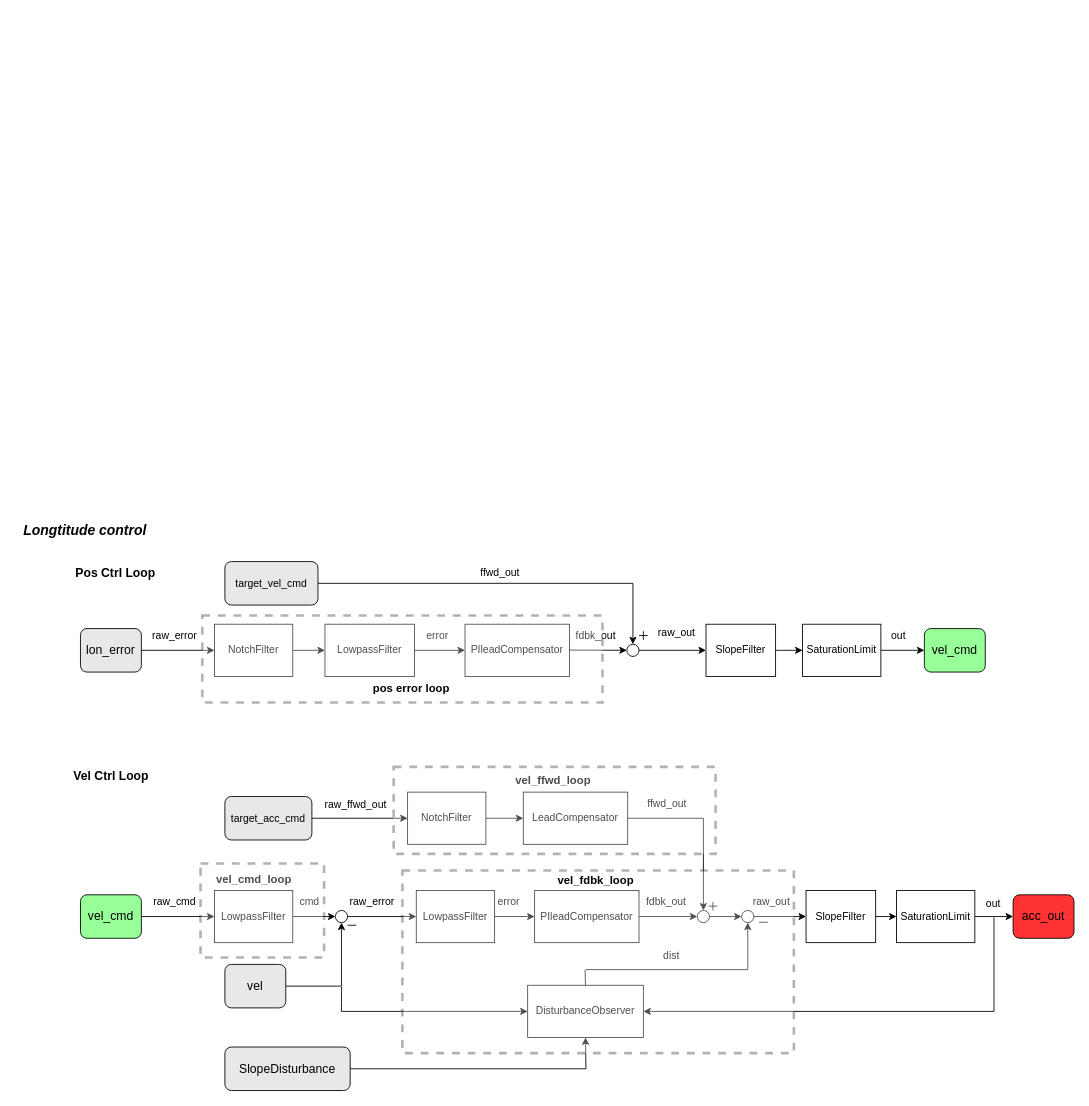
Xiaoliang1992/figures keeps this draw.io diagram as Untitled Diagram.drawio. Above is the earlier version. Source tidied: cells renumbered, new cells numbered last; positions are measured from the earlier drawing's top-left corner, leaving out a move shared by most shapes. Both pictures are drawn from the tidied source at 87%, with x=0, y=0 at pixel (15, 521).
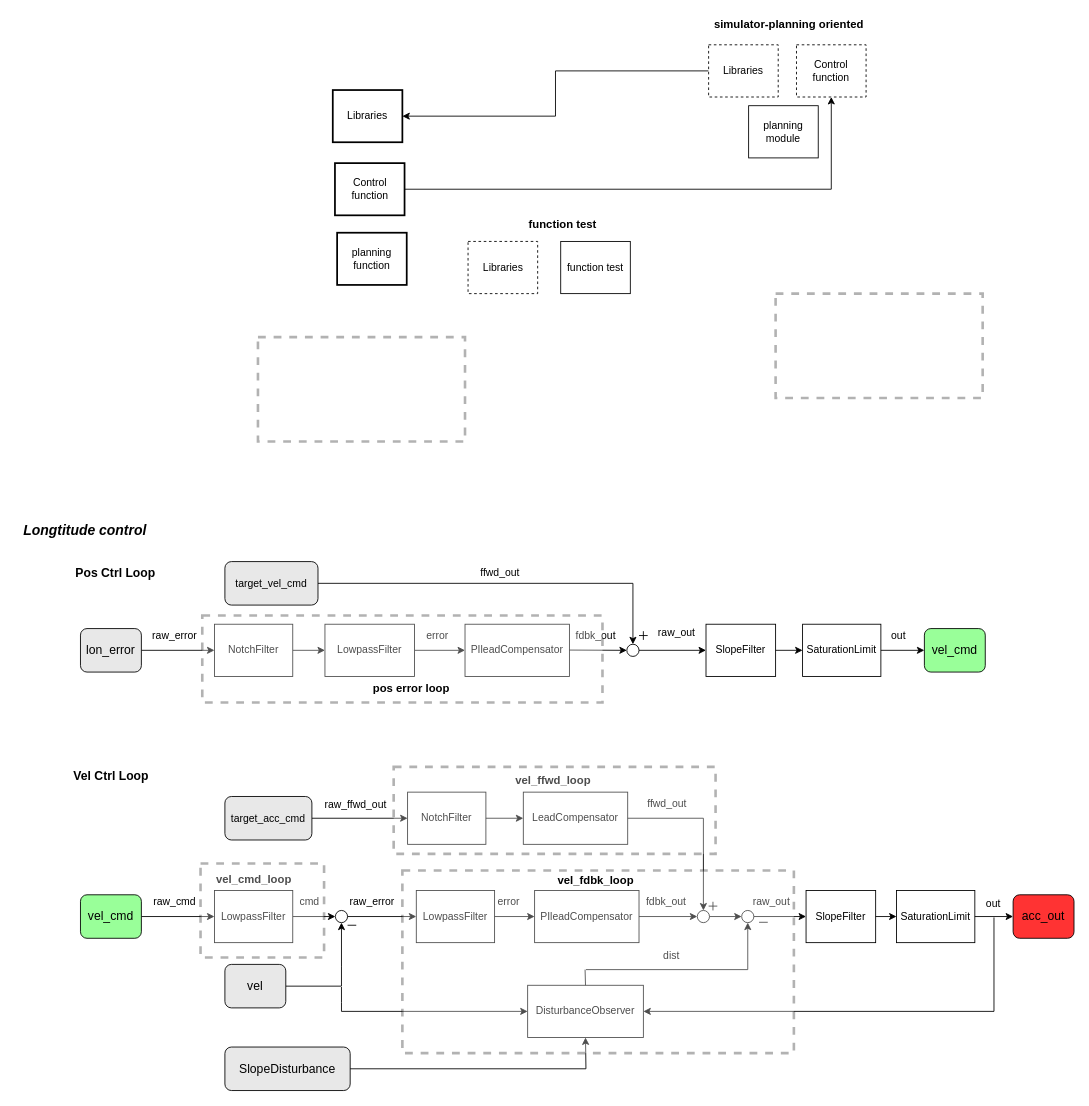
The same diagram, later.

The edit, as a diff of the source:
```diff
@@
+    <mxCell id="88" value="Libraries" style="rounded=0;whiteSpace=wrap;html=1;dashed=1;" parent="1" vertex="1">
+      <mxGeometry x="520.5" y="-322" width="80" height="60" as="geometry" />
+    </mxCell>
+    <mxCell id="89" value="function test" style="rounded=0;whiteSpace=wrap;html=1;" parent="1" vertex="1">
+      <mxGeometry x="627" y="-322" width="80" height="60" as="geometry" />
+    </mxCell>
+    <mxCell id="90" style="rounded=0;whiteSpace=wrap;html=1;dashed=1;glass=0;opacity=30;strokeWidth=3;" parent="1" vertex="1">
+      <mxGeometry x="279" y="-212" width="238" height="120" as="geometry" />
+    </mxCell>
+    <mxCell id="91" value="&lt;span style=&quot;font-size: 13px&quot;&gt;&lt;b&gt;function test&lt;br&gt;&lt;/b&gt;&lt;/span&gt;" style="text;html=1;align=center;verticalAlign=middle;strokeColor=none;fillColor=none;" parent="1" vertex="1">
+      <mxGeometry x="584" y="-352" width="90" height="20" as="geometry" />
+    </mxCell>
+    <mxCell id="92" style="edgeStyle=orthogonalEdgeStyle;rounded=0;jettySize=auto;html=1;exitX=0;exitY=0.5;exitDx=0;exitDy=0;entryX=1;entryY=0.5;entryDx=0;entryDy=0;" parent="1" edge="1" source="99" target="93">
+      <mxGeometry relative="1" as="geometry" />
+    </mxCell>
+    <mxCell id="93" value="Libraries" style="rounded=0;whiteSpace=wrap;html=1;strokeWidth=2;" parent="1" vertex="1">
+      <mxGeometry x="365" y="-496" width="80" height="60" as="geometry" />
+    </mxCell>
+    <mxCell id="94" style="rounded=0;whiteSpace=wrap;html=1;dashed=1;glass=0;opacity=30;strokeWidth=3;" parent="1" vertex="1">
+      <mxGeometry x="874" y="-262" width="238" height="120" as="geometry" />
+    </mxCell>
+    <mxCell id="95" value="&lt;span style=&quot;font-size: 13px&quot;&gt;&lt;b&gt;simulator-planning oriented&lt;br&gt;&lt;/b&gt;&lt;/span&gt;" style="text;html=1;align=center;verticalAlign=middle;strokeColor=none;fillColor=none;" parent="1" vertex="1">
+      <mxGeometry x="794" y="-582" width="190" height="20" as="geometry" />
+    </mxCell>
+    <mxCell id="96" style="edgeStyle=orthogonalEdgeStyle;rounded=0;jettySize=auto;html=1;exitX=1;exitY=0.5;exitDx=0;exitDy=0;" parent="1" edge="1" source="97" target="98">
+      <mxGeometry relative="1" as="geometry" />
+    </mxCell>
+    <mxCell id="97" value="Control function" style="rounded=0;whiteSpace=wrap;html=1;strokeWidth=2;" parent="1" vertex="1">
+      <mxGeometry x="367.5" y="-412" width="80" height="60" as="geometry" />
+    </mxCell>
+    <mxCell id="98" value="Control function" style="rounded=0;whiteSpace=wrap;html=1;dashed=1;" parent="1" vertex="1">
+      <mxGeometry x="898" y="-548" width="80" height="60" as="geometry" />
+    </mxCell>
+    <mxCell id="99" value="Libraries" style="rounded=0;whiteSpace=wrap;html=1;dashed=1;" parent="1" vertex="1">
+      <mxGeometry x="797" y="-548" width="80" height="60" as="geometry" />
+    </mxCell>
+    <mxCell id="100" value="planning module" style="rounded=0;whiteSpace=wrap;html=1;" parent="1" vertex="1">
+      <mxGeometry x="843" y="-478" width="80" height="60" as="geometry" />
+    </mxCell>
+    <mxCell id="101" value="planning function" style="rounded=0;whiteSpace=wrap;html=1;strokeWidth=2;" parent="1" vertex="1">
+      <mxGeometry x="370" y="-332" width="80" height="60" as="geometry" />
+    </mxCell>
```
